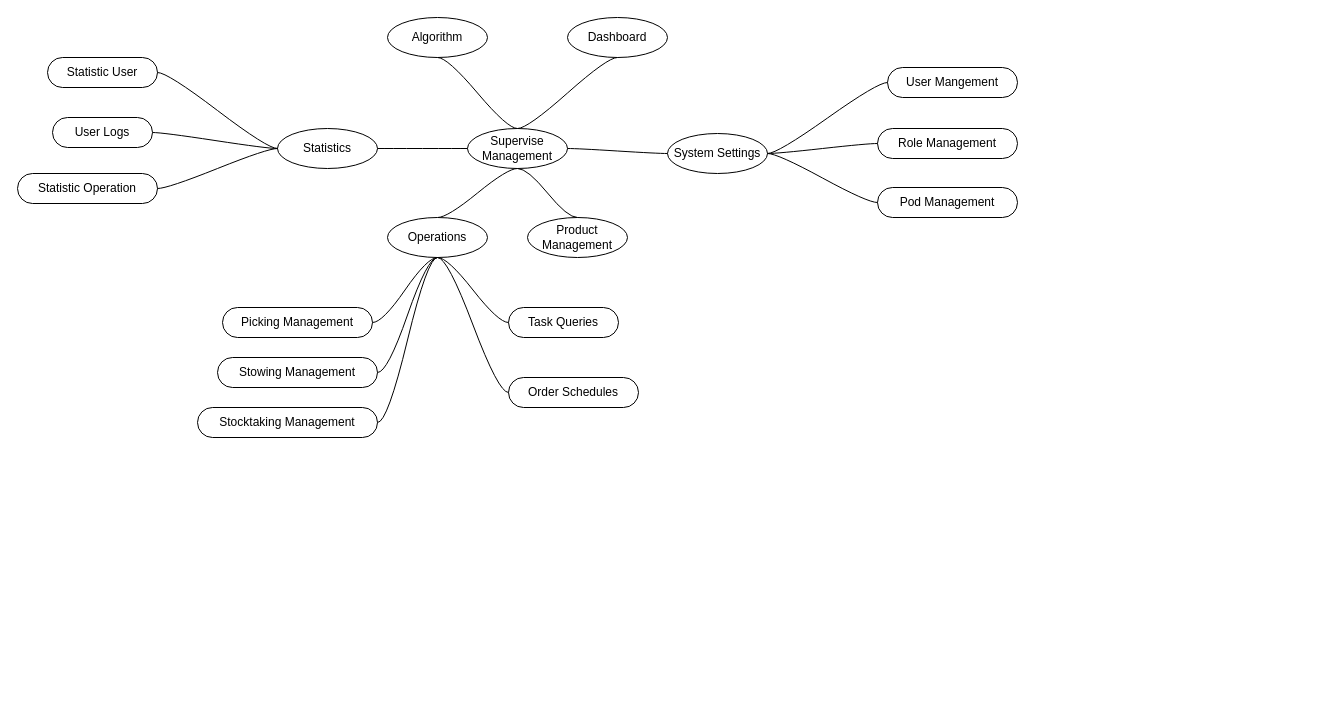
The draw.io diagram functions.drawio in kaiTran56/warehouse, before the edit. Source tidied: cells renumbered, new cells numbered last; positions are measured from the earlier drawing's top-left corner, leaving out a move shared by most shapes. Both pictures are drawn from the tidied source at 100%, with x=0, y=0 at pixel (17, 17).
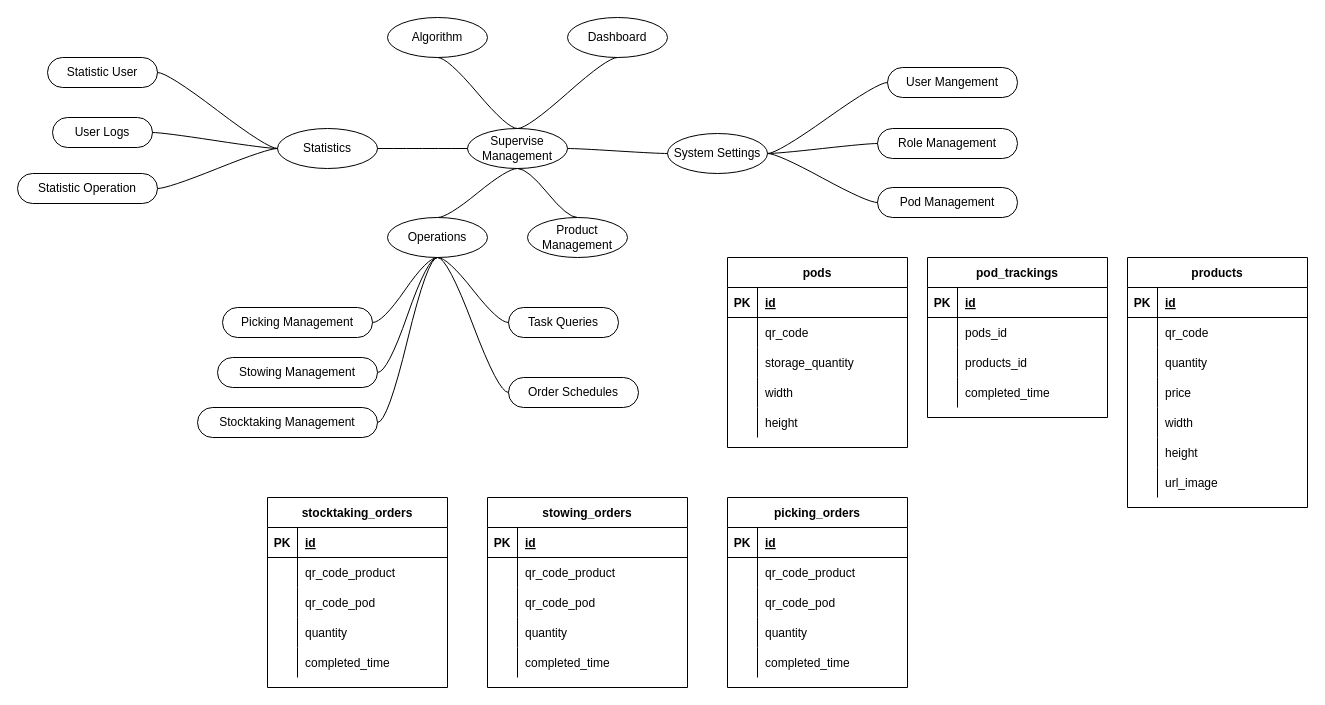
The same page after the edit.

Diff of the diagram source:
```diff
@@
+    <mxCell id="37" value="pods" style="shape=table;startSize=30;childLayout=tableLayout;rowLines=0;fontStyle=1;align=center;" parent="1" vertex="1">
+      <mxGeometry x="710" y="240" width="180" height="190" as="geometry" />
+    </mxCell>
+    <mxCell id="38" style="shape=tableRow;horizontal=0;startSize=0;swimlaneHead=0;swimlaneBody=0;fillColor=none;top=0;left=0;right=0;bottom=1;" parent="37" vertex="1">
+      <mxGeometry y="30" width="180" height="30" as="geometry" />
+    </mxCell>
+    <mxCell id="39" value="PK" style="shape=partialRectangle;fillColor=none;top=0;left=0;bottom=0;right=0;fontStyle=1;overflow=hidden;" parent="38" vertex="1">
+      <mxGeometry width="30" height="30" as="geometry" />
+    </mxCell>
+    <mxCell id="40" value="id" style="shape=partialRectangle;fillColor=none;top=0;left=0;bottom=0;right=0;align=left;spacingLeft=6;fontStyle=5;overflow=hidden;" parent="38" vertex="1">
+      <mxGeometry x="30" width="150" height="30" as="geometry" />
+    </mxCell>
+    <mxCell id="41" style="shape=tableRow;horizontal=0;startSize=0;swimlaneHead=0;swimlaneBody=0;fillColor=none;top=0;left=0;right=0;bottom=0;" parent="37" vertex="1">
+      <mxGeometry y="60" width="180" height="30" as="geometry" />
+    </mxCell>
+    <mxCell id="42" style="shape=partialRectangle;fillColor=none;top=0;left=0;bottom=0;right=0;overflow=hidden;" parent="41" vertex="1">
+      <mxGeometry width="30" height="30" as="geometry" />
+    </mxCell>
+    <mxCell id="43" value="qr_code" style="shape=partialRectangle;fillColor=none;top=0;left=0;bottom=0;right=0;align=left;spacingLeft=6;overflow=hidden;" parent="41" vertex="1">
+      <mxGeometry x="30" width="150" height="30" as="geometry" />
+    </mxCell>
+    <mxCell id="44" style="shape=tableRow;horizontal=0;startSize=0;swimlaneHead=0;swimlaneBody=0;fillColor=none;top=0;left=0;right=0;bottom=0;" parent="37" vertex="1">
+      <mxGeometry y="90" width="180" height="30" as="geometry" />
+    </mxCell>
+    <mxCell id="45" style="shape=partialRectangle;fillColor=none;top=0;left=0;bottom=0;right=0;overflow=hidden;" parent="44" vertex="1">
+      <mxGeometry width="30" height="30" as="geometry" />
+    </mxCell>
+    <mxCell id="46" value="storage_quantity" style="shape=partialRectangle;fillColor=none;top=0;left=0;bottom=0;right=0;align=left;spacingLeft=6;overflow=hidden;" parent="44" vertex="1">
+      <mxGeometry x="30" width="150" height="30" as="geometry" />
+    </mxCell>
+    <mxCell id="47" style="shape=tableRow;horizontal=0;startSize=0;swimlaneHead=0;swimlaneBody=0;fillColor=none;top=0;left=0;right=0;bottom=0;" parent="37" vertex="1">
+      <mxGeometry y="120" width="180" height="30" as="geometry" />
+    </mxCell>
+    <mxCell id="48" style="shape=partialRectangle;fillColor=none;top=0;left=0;bottom=0;right=0;overflow=hidden;" parent="47" vertex="1">
+      <mxGeometry width="30" height="30" as="geometry" />
+    </mxCell>
+    <mxCell id="49" value="width" style="shape=partialRectangle;fillColor=none;top=0;left=0;bottom=0;right=0;align=left;spacingLeft=6;overflow=hidden;" parent="47" vertex="1">
+      <mxGeometry x="30" width="150" height="30" as="geometry" />
+    </mxCell>
+    <mxCell id="50" style="shape=tableRow;horizontal=0;startSize=0;swimlaneHead=0;swimlaneBody=0;fillColor=none;top=0;left=0;right=0;bottom=0;" parent="37" vertex="1">
+      <mxGeometry y="150" width="180" height="30" as="geometry" />
+    </mxCell>
+    <mxCell id="51" style="shape=partialRectangle;fillColor=none;top=0;left=0;bottom=0;right=0;overflow=hidden;" parent="50" vertex="1">
+      <mxGeometry width="30" height="30" as="geometry" />
+    </mxCell>
+    <mxCell id="52" value="height" style="shape=partialRectangle;fillColor=none;top=0;left=0;bottom=0;right=0;align=left;spacingLeft=6;overflow=hidden;" parent="50" vertex="1">
+      <mxGeometry x="30" width="150" height="30" as="geometry" />
+    </mxCell>
+    <mxCell id="53" value="products" style="shape=table;startSize=30;childLayout=tableLayout;rowLines=0;fontStyle=1;align=center;" parent="1" vertex="1">
+      <mxGeometry x="1110" y="240" width="180" height="250" as="geometry" />
+    </mxCell>
+    <mxCell id="54" style="shape=tableRow;horizontal=0;startSize=0;swimlaneHead=0;swimlaneBody=0;fillColor=none;top=0;left=0;right=0;bottom=1;" parent="53" vertex="1">
+      <mxGeometry y="30" width="180" height="30" as="geometry" />
+    </mxCell>
+    <mxCell id="55" value="PK" style="shape=partialRectangle;fillColor=none;top=0;left=0;bottom=0;right=0;fontStyle=1;overflow=hidden;" parent="54" vertex="1">
+      <mxGeometry width="30" height="30" as="geometry" />
+    </mxCell>
+    <mxCell id="56" value="id" style="shape=partialRectangle;fillColor=none;top=0;left=0;bottom=0;right=0;align=left;spacingLeft=6;fontStyle=5;overflow=hidden;" parent="54" vertex="1">
+      <mxGeometry x="30" width="150" height="30" as="geometry" />
+    </mxCell>
+    <mxCell id="57" style="shape=tableRow;horizontal=0;startSize=0;swimlaneHead=0;swimlaneBody=0;fillColor=none;top=0;left=0;right=0;bottom=0;" parent="53" vertex="1">
+      <mxGeometry y="60" width="180" height="30" as="geometry" />
+    </mxCell>
+    <mxCell id="58" style="shape=partialRectangle;fillColor=none;top=0;left=0;bottom=0;right=0;overflow=hidden;" parent="57" vertex="1">
+      <mxGeometry width="30" height="30" as="geometry" />
+    </mxCell>
+    <mxCell id="59" value="qr_code" style="shape=partialRectangle;fillColor=none;top=0;left=0;bottom=0;right=0;align=left;spacingLeft=6;overflow=hidden;" parent="57" vertex="1">
+      <mxGeometry x="30" width="150" height="30" as="geometry" />
+    </mxCell>
+    <mxCell id="60" style="shape=tableRow;horizontal=0;startSize=0;swimlaneHead=0;swimlaneBody=0;fillColor=none;top=0;left=0;right=0;bottom=0;" parent="53" vertex="1">
+      <mxGeometry y="90" width="180" height="30" as="geometry" />
+    </mxCell>
+    <mxCell id="61" style="shape=partialRectangle;fillColor=none;top=0;left=0;bottom=0;right=0;overflow=hidden;" parent="60" vertex="1">
+      <mxGeometry width="30" height="30" as="geometry" />
+    </mxCell>
+    <mxCell id="62" value="quantity" style="shape=partialRectangle;fillColor=none;top=0;left=0;bottom=0;right=0;align=left;spacingLeft=6;overflow=hidden;" parent="60" vertex="1">
+      <mxGeometry x="30" width="150" height="30" as="geometry" />
+    </mxCell>
+    <mxCell id="63" style="shape=tableRow;horizontal=0;startSize=0;swimlaneHead=0;swimlaneBody=0;fillColor=none;top=0;left=0;right=0;bottom=0;" parent="53" vertex="1">
+      <mxGeometry y="120" width="180" height="30" as="geometry" />
+    </mxCell>
+    <mxCell id="64" style="shape=partialRectangle;fillColor=none;top=0;left=0;bottom=0;right=0;overflow=hidden;" parent="63" vertex="1">
+      <mxGeometry width="30" height="30" as="geometry" />
+    </mxCell>
+    <mxCell id="65" value="price" style="shape=partialRectangle;fillColor=none;top=0;left=0;bottom=0;right=0;align=left;spacingLeft=6;overflow=hidden;" parent="63" vertex="1">
+      <mxGeometry x="30" width="150" height="30" as="geometry" />
+    </mxCell>
+    <mxCell id="66" style="shape=tableRow;horizontal=0;startSize=0;swimlaneHead=0;swimlaneBody=0;fillColor=none;top=0;left=0;right=0;bottom=0;" parent="53" vertex="1">
+      <mxGeometry y="150" width="180" height="30" as="geometry" />
+    </mxCell>
+    <mxCell id="67" style="shape=partialRectangle;fillColor=none;top=0;left=0;bottom=0;right=0;overflow=hidden;" parent="66" vertex="1">
+      <mxGeometry width="30" height="30" as="geometry" />
+    </mxCell>
+    <mxCell id="68" value="width" style="shape=partialRectangle;fillColor=none;top=0;left=0;bottom=0;right=0;align=left;spacingLeft=6;overflow=hidden;" parent="66" vertex="1">
+      <mxGeometry x="30" width="150" height="30" as="geometry" />
+    </mxCell>
+    <mxCell id="69" style="shape=tableRow;horizontal=0;startSize=0;swimlaneHead=0;swimlaneBody=0;fillColor=none;top=0;left=0;right=0;bottom=0;" parent="53" vertex="1">
+      <mxGeometry y="180" width="180" height="30" as="geometry" />
+    </mxCell>
+    <mxCell id="70" style="shape=partialRectangle;fillColor=none;top=0;left=0;bottom=0;right=0;overflow=hidden;" parent="69" vertex="1">
+      <mxGeometry width="30" height="30" as="geometry" />
+    </mxCell>
+    <mxCell id="71" value="height" style="shape=partialRectangle;fillColor=none;top=0;left=0;bottom=0;right=0;align=left;spacingLeft=6;overflow=hidden;" parent="69" vertex="1">
+      <mxGeometry x="30" width="150" height="30" as="geometry" />
+    </mxCell>
+    <mxCell id="72" style="shape=tableRow;horizontal=0;startSize=0;swimlaneHead=0;swimlaneBody=0;fillColor=none;top=0;left=0;right=0;bottom=0;" parent="53" vertex="1">
+      <mxGeometry y="210" width="180" height="30" as="geometry" />
+    </mxCell>
+    <mxCell id="73" style="shape=partialRectangle;fillColor=none;top=0;left=0;bottom=0;right=0;overflow=hidden;" parent="72" vertex="1">
+      <mxGeometry width="30" height="30" as="geometry" />
+    </mxCell>
+    <mxCell id="74" value="url_image" style="shape=partialRectangle;fillColor=none;top=0;left=0;bottom=0;right=0;align=left;spacingLeft=6;overflow=hidden;" parent="72" vertex="1">
+      <mxGeometry x="30" width="150" height="30" as="geometry" />
+    </mxCell>
+    <mxCell id="75" value="pod_trackings" style="shape=table;startSize=30;childLayout=tableLayout;rowLines=0;fontStyle=1;align=center;" parent="1" vertex="1">
+      <mxGeometry x="910" y="240" width="180" height="160" as="geometry" />
+    </mxCell>
+    <mxCell id="76" style="shape=tableRow;horizontal=0;startSize=0;swimlaneHead=0;swimlaneBody=0;fillColor=none;top=0;left=0;right=0;bottom=1;" parent="75" vertex="1">
+      <mxGeometry y="30" width="180" height="30" as="geometry" />
+    </mxCell>
+    <mxCell id="77" value="PK" style="shape=partialRectangle;fillColor=none;top=0;left=0;bottom=0;right=0;fontStyle=1;overflow=hidden;" parent="76" vertex="1">
+      <mxGeometry width="30" height="30" as="geometry" />
+    </mxCell>
+    <mxCell id="78" value="id" style="shape=partialRectangle;fillColor=none;top=0;left=0;bottom=0;right=0;align=left;spacingLeft=6;fontStyle=5;overflow=hidden;" parent="76" vertex="1">
+      <mxGeometry x="30" width="150" height="30" as="geometry" />
+    </mxCell>
+    <mxCell id="79" style="shape=tableRow;horizontal=0;startSize=0;swimlaneHead=0;swimlaneBody=0;fillColor=none;top=0;left=0;right=0;bottom=0;" parent="75" vertex="1">
+      <mxGeometry y="60" width="180" height="30" as="geometry" />
+    </mxCell>
+    <mxCell id="80" style="shape=partialRectangle;fillColor=none;top=0;left=0;bottom=0;right=0;overflow=hidden;" parent="79" vertex="1">
+      <mxGeometry width="30" height="30" as="geometry" />
+    </mxCell>
+    <mxCell id="81" value="pods_id" style="shape=partialRectangle;fillColor=none;top=0;left=0;bottom=0;right=0;align=left;spacingLeft=6;overflow=hidden;" parent="79" vertex="1">
+      <mxGeometry x="30" width="150" height="30" as="geometry" />
+    </mxCell>
+    <mxCell id="82" style="shape=tableRow;horizontal=0;startSize=0;swimlaneHead=0;swimlaneBody=0;fillColor=none;top=0;left=0;right=0;bottom=0;" parent="75" vertex="1">
+      <mxGeometry y="90" width="180" height="30" as="geometry" />
+    </mxCell>
+    <mxCell id="83" style="shape=partialRectangle;fillColor=none;top=0;left=0;bottom=0;right=0;overflow=hidden;" parent="82" vertex="1">
+      <mxGeometry width="30" height="30" as="geometry" />
+    </mxCell>
+    <mxCell id="84" value="products_id" style="shape=partialRectangle;fillColor=none;top=0;left=0;bottom=0;right=0;align=left;spacingLeft=6;overflow=hidden;" parent="82" vertex="1">
+      <mxGeometry x="30" width="150" height="30" as="geometry" />
+    </mxCell>
+    <mxCell id="85" style="shape=tableRow;horizontal=0;startSize=0;swimlaneHead=0;swimlaneBody=0;fillColor=none;top=0;left=0;right=0;bottom=0;" parent="75" vertex="1">
+      <mxGeometry y="120" width="180" height="30" as="geometry" />
+    </mxCell>
+    <mxCell id="86" style="shape=partialRectangle;fillColor=none;top=0;left=0;bottom=0;right=0;overflow=hidden;" parent="85" vertex="1">
+      <mxGeometry width="30" height="30" as="geometry" />
+    </mxCell>
+    <mxCell id="87" value="completed_time" style="shape=partialRectangle;fillColor=none;top=0;left=0;bottom=0;right=0;align=left;spacingLeft=6;overflow=hidden;" parent="85" vertex="1">
+      <mxGeometry x="30" width="150" height="30" as="geometry" />
+    </mxCell>
+    <mxCell id="88" value="picking_orders" style="shape=table;startSize=30;childLayout=tableLayout;rowLines=0;fontStyle=1;align=center;" parent="1" vertex="1">
+      <mxGeometry x="710" y="480" width="180" height="190" as="geometry" />
+    </mxCell>
+    <mxCell id="89" style="shape=tableRow;horizontal=0;startSize=0;swimlaneHead=0;swimlaneBody=0;fillColor=none;top=0;left=0;right=0;bottom=1;" parent="88" vertex="1">
+      <mxGeometry y="30" width="180" height="30" as="geometry" />
+    </mxCell>
+    <mxCell id="90" value="PK" style="shape=partialRectangle;fillColor=none;top=0;left=0;bottom=0;right=0;fontStyle=1;overflow=hidden;" parent="89" vertex="1">
+      <mxGeometry width="30" height="30" as="geometry" />
+    </mxCell>
+    <mxCell id="91" value="id" style="shape=partialRectangle;fillColor=none;top=0;left=0;bottom=0;right=0;align=left;spacingLeft=6;fontStyle=5;overflow=hidden;" parent="89" vertex="1">
+      <mxGeometry x="30" width="150" height="30" as="geometry" />
+    </mxCell>
+    <mxCell id="92" style="shape=tableRow;horizontal=0;startSize=0;swimlaneHead=0;swimlaneBody=0;fillColor=none;top=0;left=0;right=0;bottom=0;" parent="88" vertex="1">
+      <mxGeometry y="60" width="180" height="30" as="geometry" />
+    </mxCell>
+    <mxCell id="93" style="shape=partialRectangle;fillColor=none;top=0;left=0;bottom=0;right=0;overflow=hidden;" parent="92" vertex="1">
+      <mxGeometry width="30" height="30" as="geometry" />
+    </mxCell>
+    <mxCell id="94" value="qr_code_product" style="shape=partialRectangle;fillColor=none;top=0;left=0;bottom=0;right=0;align=left;spacingLeft=6;overflow=hidden;" parent="92" vertex="1">
+      <mxGeometry x="30" width="150" height="30" as="geometry" />
+    </mxCell>
+    <mxCell id="95" style="shape=tableRow;horizontal=0;startSize=0;swimlaneHead=0;swimlaneBody=0;fillColor=none;top=0;left=0;right=0;bottom=0;" parent="88" vertex="1">
+      <mxGeometry y="90" width="180" height="30" as="geometry" />
+    </mxCell>
+    <mxCell id="96" style="shape=partialRectangle;fillColor=none;top=0;left=0;bottom=0;right=0;overflow=hidden;" parent="95" vertex="1">
+      <mxGeometry width="30" height="30" as="geometry" />
+    </mxCell>
+    <mxCell id="97" value="qr_code_pod" style="shape=partialRectangle;fillColor=none;top=0;left=0;bottom=0;right=0;align=left;spacingLeft=6;overflow=hidden;" parent="95" vertex="1">
+      <mxGeometry x="30" width="150" height="30" as="geometry" />
+    </mxCell>
+    <mxCell id="98" style="shape=tableRow;horizontal=0;startSize=0;swimlaneHead=0;swimlaneBody=0;fillColor=none;top=0;left=0;right=0;bottom=0;" parent="88" vertex="1">
+      <mxGeometry y="120" width="180" height="30" as="geometry" />
+    </mxCell>
+    <mxCell id="99" style="shape=partialRectangle;fillColor=none;top=0;left=0;bottom=0;right=0;overflow=hidden;" parent="98" vertex="1">
+      <mxGeometry width="30" height="30" as="geometry" />
+    </mxCell>
+    <mxCell id="100" value="quantity" style="shape=partialRectangle;fillColor=none;top=0;left=0;bottom=0;right=0;align=left;spacingLeft=6;overflow=hidden;" parent="98" vertex="1">
+      <mxGeometry x="30" width="150" height="30" as="geometry" />
+    </mxCell>
+    <mxCell id="101" style="shape=tableRow;horizontal=0;startSize=0;swimlaneHead=0;swimlaneBody=0;fillColor=none;top=0;left=0;right=0;bottom=0;" parent="88" vertex="1">
+      <mxGeometry y="150" width="180" height="30" as="geometry" />
+    </mxCell>
+    <mxCell id="102" style="shape=partialRectangle;fillColor=none;top=0;left=0;bottom=0;right=0;overflow=hidden;" parent="101" vertex="1">
+      <mxGeometry width="30" height="30" as="geometry" />
+    </mxCell>
+    <mxCell id="103" value="completed_time" style="shape=partialRectangle;fillColor=none;top=0;left=0;bottom=0;right=0;align=left;spacingLeft=6;overflow=hidden;" parent="101" vertex="1">
+      <mxGeometry x="30" width="150" height="30" as="geometry" />
+    </mxCell>
+    <mxCell id="104" value="stowing_orders" style="shape=table;startSize=30;childLayout=tableLayout;rowLines=0;fontStyle=1;align=center;" parent="1" vertex="1">
+      <mxGeometry x="470" y="480" width="200" height="190" as="geometry" />
+    </mxCell>
+    <mxCell id="105" style="shape=tableRow;horizontal=0;startSize=0;swimlaneHead=0;swimlaneBody=0;fillColor=none;top=0;left=0;right=0;bottom=1;" parent="104" vertex="1">
+      <mxGeometry y="30" width="200" height="30" as="geometry" />
+    </mxCell>
+    <mxCell id="106" value="PK" style="shape=partialRectangle;fillColor=none;top=0;left=0;bottom=0;right=0;fontStyle=1;overflow=hidden;" parent="105" vertex="1">
+      <mxGeometry width="30" height="30" as="geometry" />
+    </mxCell>
+    <mxCell id="107" value="id" style="shape=partialRectangle;fillColor=none;top=0;left=0;bottom=0;right=0;align=left;spacingLeft=6;fontStyle=5;overflow=hidden;" parent="105" vertex="1">
+      <mxGeometry x="30" width="170" height="30" as="geometry" />
+    </mxCell>
+    <mxCell id="108" style="shape=tableRow;horizontal=0;startSize=0;swimlaneHead=0;swimlaneBody=0;fillColor=none;top=0;left=0;right=0;bottom=0;" parent="104" vertex="1">
+      <mxGeometry y="60" width="200" height="30" as="geometry" />
+    </mxCell>
+    <mxCell id="109" style="shape=partialRectangle;fillColor=none;top=0;left=0;bottom=0;right=0;overflow=hidden;" parent="108" vertex="1">
+      <mxGeometry width="30" height="30" as="geometry" />
+    </mxCell>
+    <mxCell id="110" value="qr_code_product" style="shape=partialRectangle;fillColor=none;top=0;left=0;bottom=0;right=0;align=left;spacingLeft=6;overflow=hidden;" parent="108" vertex="1">
+      <mxGeometry x="30" width="170" height="30" as="geometry" />
+    </mxCell>
+    <mxCell id="111" style="shape=tableRow;horizontal=0;startSize=0;swimlaneHead=0;swimlaneBody=0;fillColor=none;top=0;left=0;right=0;bottom=0;" parent="104" vertex="1">
+      <mxGeometry y="90" width="200" height="30" as="geometry" />
+    </mxCell>
+    <mxCell id="112" style="shape=partialRectangle;fillColor=none;top=0;left=0;bottom=0;right=0;overflow=hidden;" parent="111" vertex="1">
+      <mxGeometry width="30" height="30" as="geometry" />
+    </mxCell>
+    <mxCell id="113" value="qr_code_pod" style="shape=partialRectangle;fillColor=none;top=0;left=0;bottom=0;right=0;align=left;spacingLeft=6;overflow=hidden;" parent="111" vertex="1">
+      <mxGeometry x="30" width="170" height="30" as="geometry" />
+    </mxCell>
+    <mxCell id="114" style="shape=tableRow;horizontal=0;startSize=0;swimlaneHead=0;swimlaneBody=0;fillColor=none;top=0;left=0;right=0;bottom=0;" parent="104" vertex="1">
+      <mxGeometry y="120" width="200" height="30" as="geometry" />
+    </mxCell>
+    <mxCell id="115" style="shape=partialRectangle;fillColor=none;top=0;left=0;bottom=0;right=0;overflow=hidden;" parent="114" vertex="1">
+      <mxGeometry width="30" height="30" as="geometry" />
+    </mxCell>
+    <mxCell id="116" value="quantity" style="shape=partialRectangle;fillColor=none;top=0;left=0;bottom=0;right=0;align=left;spacingLeft=6;overflow=hidden;" parent="114" vertex="1">
+      <mxGeometry x="30" width="170" height="30" as="geometry" />
+    </mxCell>
+    <mxCell id="117" style="shape=tableRow;horizontal=0;startSize=0;swimlaneHead=0;swimlaneBody=0;fillColor=none;top=0;left=0;right=0;bottom=0;" parent="104" vertex="1">
+      <mxGeometry y="150" width="200" height="30" as="geometry" />
+    </mxCell>
+    <mxCell id="118" style="shape=partialRectangle;fillColor=none;top=0;left=0;bottom=0;right=0;overflow=hidden;" parent="117" vertex="1">
+      <mxGeometry width="30" height="30" as="geometry" />
+    </mxCell>
+    <mxCell id="119" value="completed_time" style="shape=partialRectangle;fillColor=none;top=0;left=0;bottom=0;right=0;align=left;spacingLeft=6;overflow=hidden;" parent="117" vertex="1">
+      <mxGeometry x="30" width="170" height="30" as="geometry" />
+    </mxCell>
+    <mxCell id="120" value="stocktaking_orders" style="shape=table;startSize=30;childLayout=tableLayout;rowLines=0;fontStyle=1;align=center;" parent="1" vertex="1">
+      <mxGeometry x="250" y="480" width="180" height="190" as="geometry" />
+    </mxCell>
+    <mxCell id="121" style="shape=tableRow;horizontal=0;startSize=0;swimlaneHead=0;swimlaneBody=0;fillColor=none;top=0;left=0;right=0;bottom=1;" parent="120" vertex="1">
+      <mxGeometry y="30" width="180" height="30" as="geometry" />
+    </mxCell>
+    <mxCell id="122" value="PK" style="shape=partialRectangle;fillColor=none;top=0;left=0;bottom=0;right=0;fontStyle=1;overflow=hidden;" parent="121" vertex="1">
+      <mxGeometry width="30" height="30" as="geometry" />
+    </mxCell>
+    <mxCell id="123" value="id" style="shape=partialRectangle;fillColor=none;top=0;left=0;bottom=0;right=0;align=left;spacingLeft=6;fontStyle=5;overflow=hidden;" parent="121" vertex="1">
+      <mxGeometry x="30" width="150" height="30" as="geometry" />
+    </mxCell>
+    <mxCell id="124" style="shape=tableRow;horizontal=0;startSize=0;swimlaneHead=0;swimlaneBody=0;fillColor=none;top=0;left=0;right=0;bottom=0;" parent="120" vertex="1">
+      <mxGeometry y="60" width="180" height="30" as="geometry" />
+    </mxCell>
+    <mxCell id="125" style="shape=partialRectangle;fillColor=none;top=0;left=0;bottom=0;right=0;overflow=hidden;" parent="124" vertex="1">
+      <mxGeometry width="30" height="30" as="geometry" />
+    </mxCell>
+    <mxCell id="126" value="qr_code_product" style="shape=partialRectangle;fillColor=none;top=0;left=0;bottom=0;right=0;align=left;spacingLeft=6;overflow=hidden;" parent="124" vertex="1">
+      <mxGeometry x="30" width="150" height="30" as="geometry" />
+    </mxCell>
+    <mxCell id="127" style="shape=tableRow;horizontal=0;startSize=0;swimlaneHead=0;swimlaneBody=0;fillColor=none;top=0;left=0;right=0;bottom=0;" parent="120" vertex="1">
+      <mxGeometry y="90" width="180" height="30" as="geometry" />
+    </mxCell>
+    <mxCell id="128" style="shape=partialRectangle;fillColor=none;top=0;left=0;bottom=0;right=0;overflow=hidden;" parent="127" vertex="1">
+      <mxGeometry width="30" height="30" as="geometry" />
+    </mxCell>
+    <mxCell id="129" value="qr_code_pod" style="shape=partialRectangle;fillColor=none;top=0;left=0;bottom=0;right=0;align=left;spacingLeft=6;overflow=hidden;" parent="127" vertex="1">
+      <mxGeometry x="30" width="150" height="30" as="geometry" />
+    </mxCell>
+    <mxCell id="130" style="shape=tableRow;horizontal=0;startSize=0;swimlaneHead=0;swimlaneBody=0;fillColor=none;top=0;left=0;right=0;bottom=0;" parent="120" vertex="1">
+      <mxGeometry y="120" width="180" height="30" as="geometry" />
+    </mxCell>
+    <mxCell id="131" style="shape=partialRectangle;fillColor=none;top=0;left=0;bottom=0;right=0;overflow=hidden;" parent="130" vertex="1">
+      <mxGeometry width="30" height="30" as="geometry" />
+    </mxCell>
+    <mxCell id="132" value="quantity" style="shape=partialRectangle;fillColor=none;top=0;left=0;bottom=0;right=0;align=left;spacingLeft=6;overflow=hidden;" parent="130" vertex="1">
+      <mxGeometry x="30" width="150" height="30" as="geometry" />
+    </mxCell>
+    <mxCell id="133" style="shape=tableRow;horizontal=0;startSize=0;swimlaneHead=0;swimlaneBody=0;fillColor=none;top=0;left=0;right=0;bottom=0;" parent="120" vertex="1">
+      <mxGeometry y="150" width="180" height="30" as="geometry" />
+    </mxCell>
+    <mxCell id="134" style="shape=partialRectangle;fillColor=none;top=0;left=0;bottom=0;right=0;overflow=hidden;" parent="133" vertex="1">
+      <mxGeometry width="30" height="30" as="geometry" />
+    </mxCell>
+    <mxCell id="135" value="completed_time" style="shape=partialRectangle;fillColor=none;top=0;left=0;bottom=0;right=0;align=left;spacingLeft=6;overflow=hidden;" parent="133" vertex="1">
+      <mxGeometry x="30" width="150" height="30" as="geometry" />
+    </mxCell>
```
